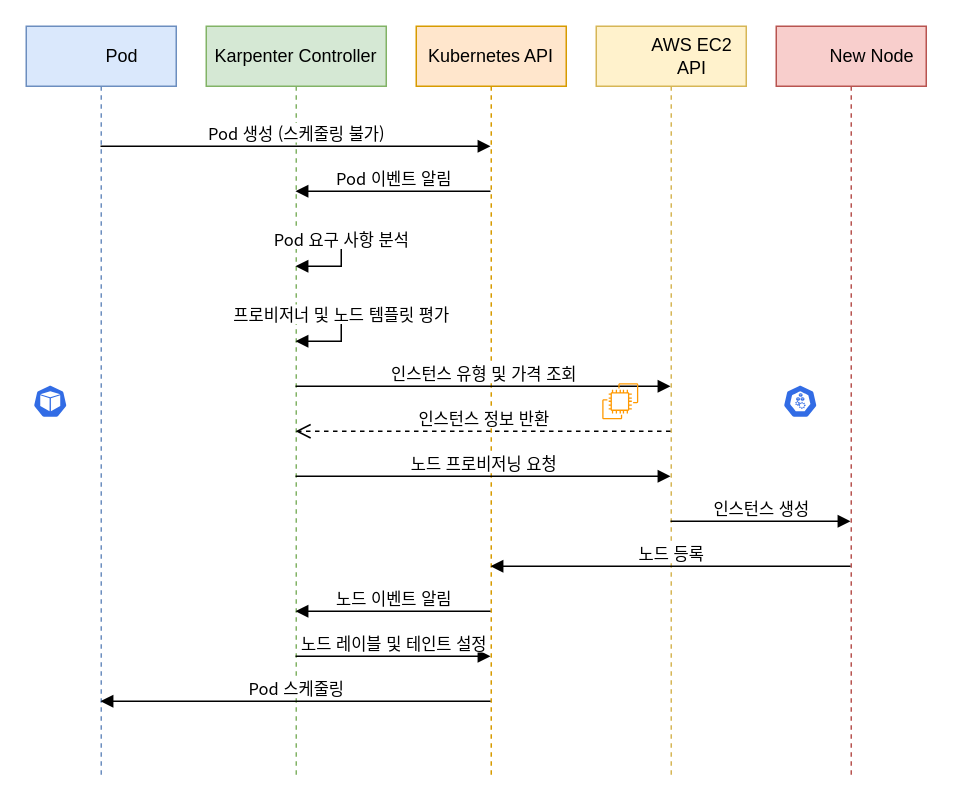
Earlier version of the draw.io diagram assets/generated-diagrams/karpenter_workflow.drawio (Atom-oh/kubernetes-docs). Source tidied: cells renumbered, new cells numbered last; positions are measured from the earlier drawing's top-left corner, leaving out a move shared by most shapes. Both pictures are drawn from the tidied source at 150%, with x=0, y=0 at pixel (26, 26).
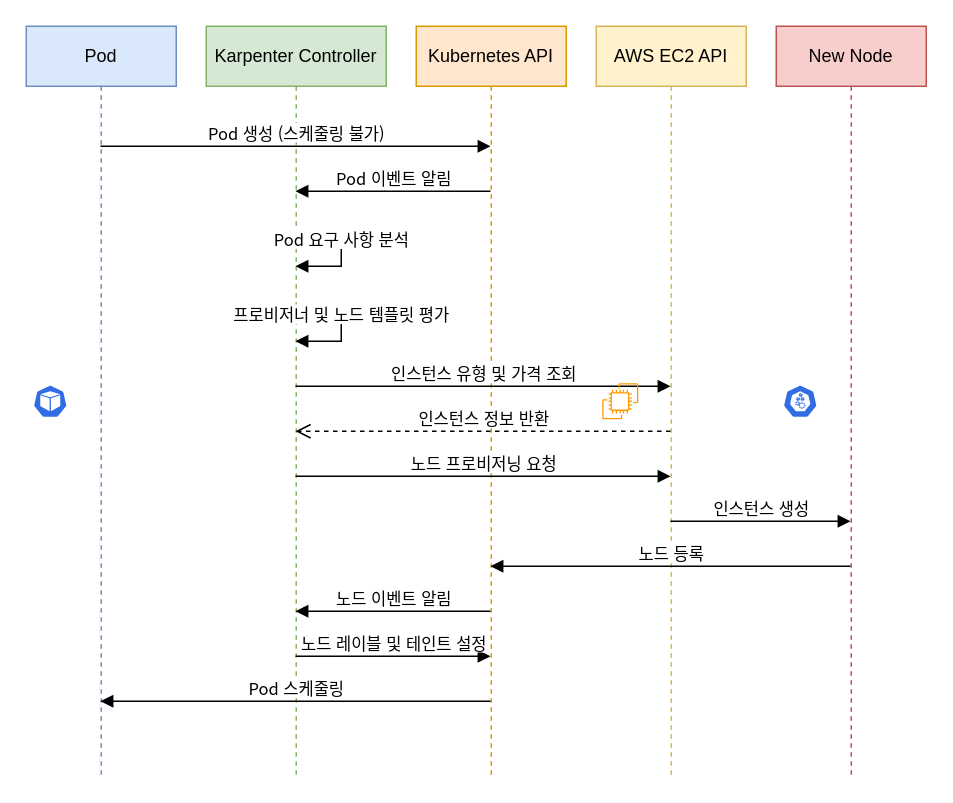
The same diagram, later.

What changed in the source:
```diff
@@
-    <mxCell id="2" value="Pod" style="shape=umlLifeline;perimeter=lifelinePerimeter;whiteSpace=wrap;html=1;outlineConnect=0;fillColor=#dae8fc;strokeColor=#6c8ebf;fontSize=12;spacingLeft=28;" parent="1" vertex="1">
+    <mxCell id="2" value="Pod" style="shape=umlLifeline;perimeter=lifelinePerimeter;whiteSpace=wrap;html=1;outlineConnect=0;fillColor=#dae8fc;strokeColor=#6c8ebf;fontSize=12;" parent="1" vertex="1">
       <mxGeometry width="100" height="500" as="geometry" />
     </mxCell>
@@
-    <mxCell id="5" value="AWS EC2 API" style="shape=umlLifeline;perimeter=lifelinePerimeter;whiteSpace=wrap;html=1;outlineConnect=0;fillColor=#fff2cc;strokeColor=#d6b656;fontSize=12;spacingLeft=28;" parent="1" vertex="1">
+    <mxCell id="5" value="AWS EC2 API" style="shape=umlLifeline;perimeter=lifelinePerimeter;whiteSpace=wrap;html=1;outlineConnect=0;fillColor=#fff2cc;strokeColor=#d6b656;fontSize=12;" parent="1" vertex="1">
       <mxGeometry x="380" width="100" height="500" as="geometry" />
     </mxCell>
-    <mxCell id="6" value="New Node" style="shape=umlLifeline;perimeter=lifelinePerimeter;whiteSpace=wrap;html=1;outlineConnect=0;fillColor=#f8cecc;strokeColor=#b85450;fontSize=12;spacingLeft=28;" parent="1" vertex="1">
+    <mxCell id="6" value="New Node" style="shape=umlLifeline;perimeter=lifelinePerimeter;whiteSpace=wrap;html=1;outlineConnect=0;fillColor=#f8cecc;strokeColor=#b85450;fontSize=12;" parent="1" vertex="1">
       <mxGeometry x="500" width="100" height="500" as="geometry" />
     </mxCell>
```
